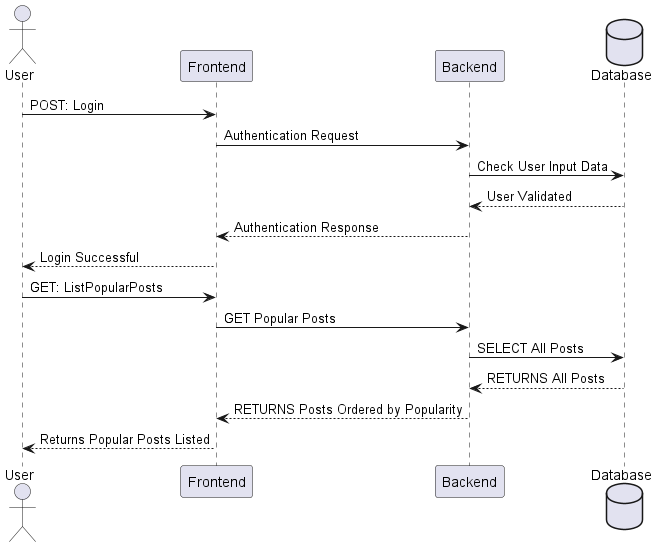
Earlier version of the PlantUML export docs/project/list-popular-post/ListPopularPosts.png (AfonsoMachado17/odosft_2425_class_assignment). Source of this version:
```plantuml
@startuml ListPopularPosts
actor User as User
participant Frontend as FE
participant Backend as BE
database Database as DB
User -> FE : POST: Login
FE -> BE : Authentication Request
BE -> DB : Check User Input Data
BE <-- DB : User Validated
FE <-- BE : Authentication Response
User <-- FE : Login Successful
User -> FE : GET: ListPopularPosts
FE -> BE : GET Popular Posts
BE -> DB : SELECT All Posts
BE <-- DB : RETURNS All Posts
FE <-- BE : RETURNS Posts Ordered by Popularity
User <-- FE : Returns Popular Posts Listed
@enduml
```
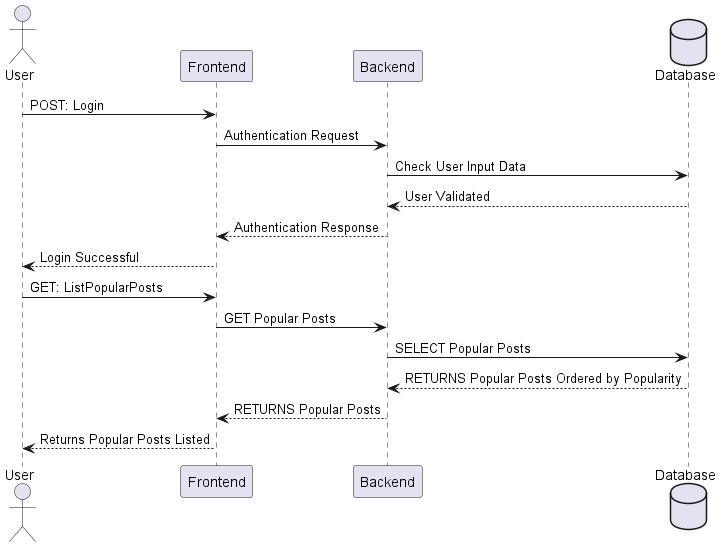
The same file after the commit.

Diff of the diagram source:
```diff
@@ -11,8 +11,8 @@
 User <-- FE : Login Successful
 User -> FE : GET: ListPopularPosts
 FE -> BE : GET Popular Posts
-BE -> DB : SELECT All Posts
-BE <-- DB : RETURNS All Posts
-FE <-- BE : RETURNS Posts Ordered by Popularity
+BE -> DB : SELECT Popular Posts
+BE <-- DB : RETURNS Popular Posts Ordered by Popularity
+FE <-- BE : RETURNS Popular Posts
 User <-- FE : Returns Popular Posts Listed
 @enduml
```
